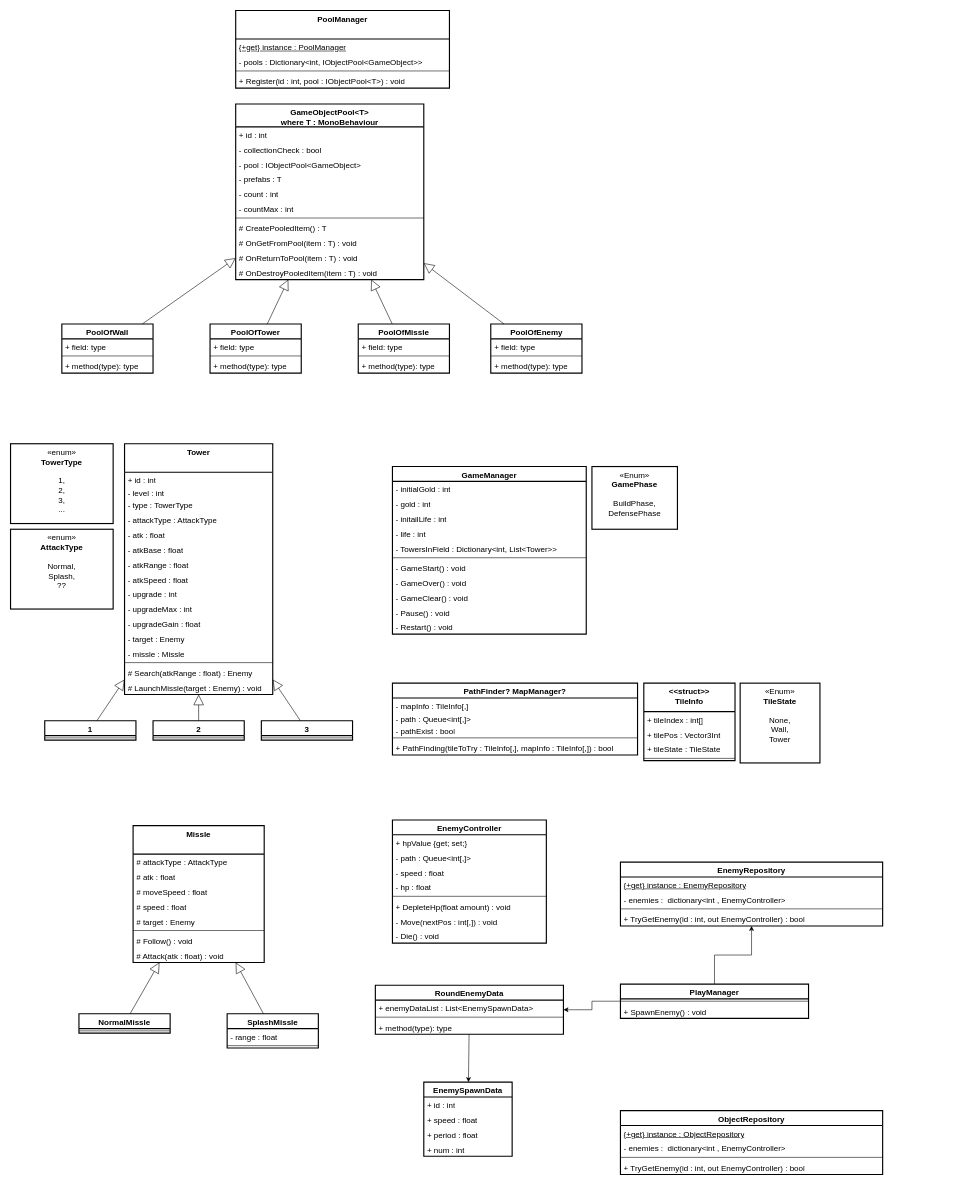
This is page "페이지-1" (1 of 2) of TD.drawio from app155/ETL_TD, a draw.io file, before an edit. Source tidied: cells renumbered, new cells numbered last; positions are measured from the earlier drawing's top-left corner, leaving out a move shared by most shapes. Both pictures are drawn from the tidied source at 57%, with x=0, y=0 at pixel (10, 10).
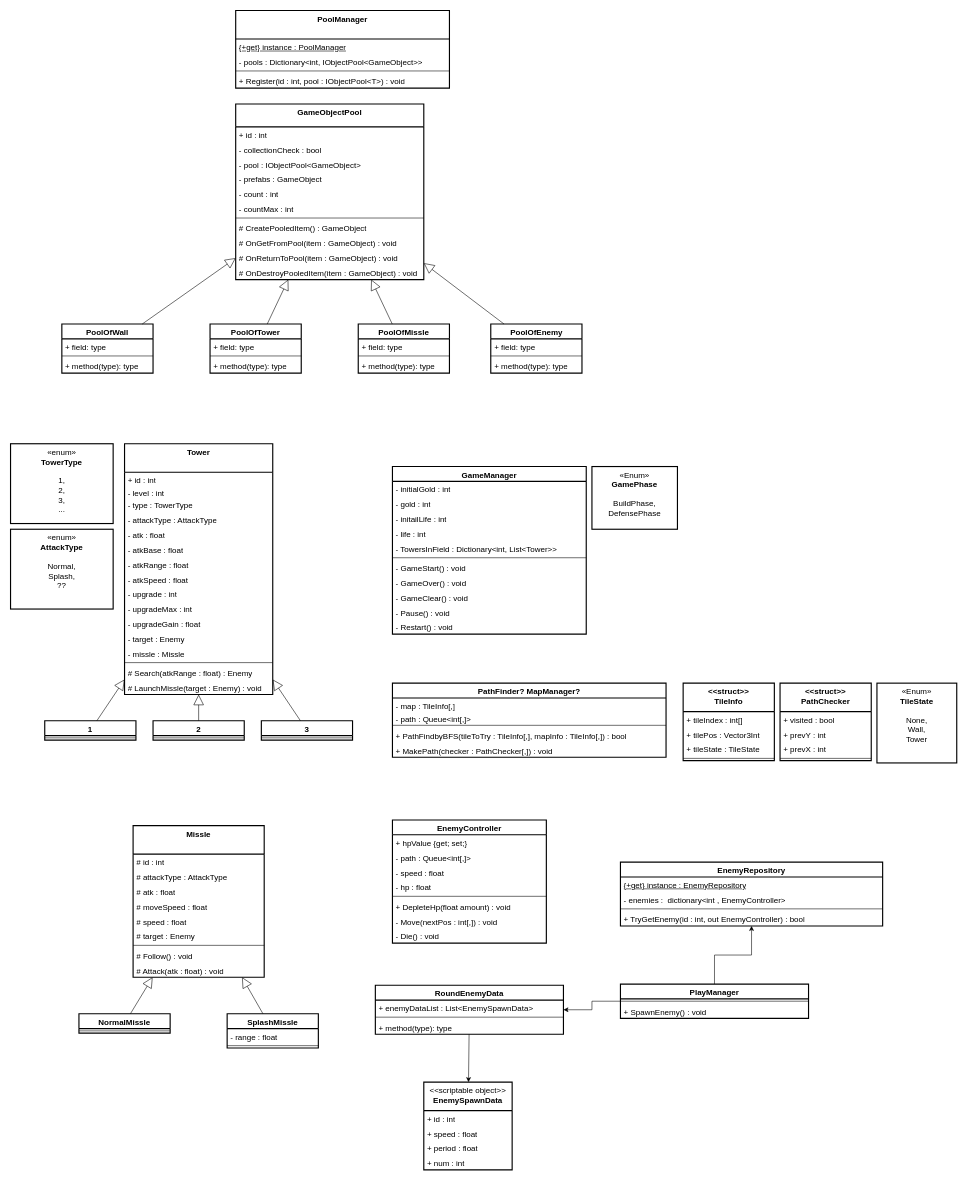
The same diagram, later.

The edit, as a diff of the source:
```diff
@@
     <mxCell id="19" value="Missle" style="swimlane;fontStyle=1;align=center;verticalAlign=top;horizontal=1;startSize=50;whiteSpace=wrap;html=1;fillStyle=auto;strokeColor=default;strokeWidth=2;spacingTop=0;spacingBottom=0;spacing=2;fontFamily=Helvetica;fontSize=14;fontColor=default;fillColor=default;" parent="1" vertex="1">
-      <mxGeometry x="215" y="1430" width="230" height="240" as="geometry" />
+      <mxGeometry x="215" y="1430" width="230" height="266" as="geometry" />
     </mxCell>
+    <mxCell id="142" value="# id : int" style="text;strokeColor=none;fillColor=none;align=left;verticalAlign=top;spacingLeft=4;spacingRight=4;overflow=hidden;whiteSpace=wrap;html=1;fontSize=14;fontFamily=Helvetica;fontColor=default;" parent="19" vertex="1">
+      <mxGeometry y="50" width="230" height="26" as="geometry" />
+    </mxCell>
     <mxCell id="20" value="# attackType : AttackType" style="text;strokeColor=none;fillColor=none;align=left;verticalAlign=top;spacingLeft=4;spacingRight=4;overflow=hidden;whiteSpace=wrap;html=1;fontSize=14;fontFamily=Helvetica;fontColor=default;" parent="19" vertex="1">
-      <mxGeometry y="50" width="230" height="26" as="geometry" />
+      <mxGeometry y="76" width="230" height="26" as="geometry" />
     </mxCell>
     <mxCell id="21" value="# atk : float" style="text;strokeColor=none;fillColor=none;align=left;verticalAlign=top;spacingLeft=4;spacingRight=4;overflow=hidden;whiteSpace=wrap;html=1;fontSize=14;fontFamily=Helvetica;fontColor=default;" parent="19" vertex="1">
-      <mxGeometry y="76" width="230" height="26" as="geometry" />
+      <mxGeometry y="102" width="230" height="26" as="geometry" />
     </mxCell>
     <mxCell id="22" value="# moveSpeed : float" style="text;strokeColor=none;fillColor=none;align=left;verticalAlign=top;spacingLeft=4;spacingRight=4;overflow=hidden;whiteSpace=wrap;html=1;fontSize=14;fontFamily=Helvetica;fontColor=default;" parent="19" vertex="1">
-      <mxGeometry y="102" width="230" height="26" as="geometry" />
+      <mxGeometry y="128" width="230" height="26" as="geometry" />
     </mxCell>
     <mxCell id="23" value="# speed : float" style="text;strokeColor=none;fillColor=none;align=left;verticalAlign=top;spacingLeft=4;spacingRight=4;overflow=hidden;whiteSpace=wrap;html=1;fontSize=14;fontFamily=Helvetica;fontColor=default;" parent="19" vertex="1">
-      <mxGeometry y="128" width="230" height="26" as="geometry" />
+      <mxGeometry y="154" width="230" height="26" as="geometry" />
     </mxCell>
     <mxCell id="24" value="# target : Enemy" style="text;strokeColor=none;fillColor=none;align=left;verticalAlign=top;spacingLeft=4;spacingRight=4;overflow=hidden;whiteSpace=wrap;html=1;fontSize=14;fontFamily=Helvetica;fontColor=default;" parent="19" vertex="1">
-      <mxGeometry y="154" width="230" height="26" as="geometry" />
+      <mxGeometry y="180" width="230" height="26" as="geometry" />
     </mxCell>
     <mxCell id="25" style="line;strokeWidth=1;fillColor=none;align=left;verticalAlign=middle;spacingTop=-1;spacingLeft=3;spacingRight=3;labelPosition=right;strokeColor=inherit;fillStyle=auto;spacingBottom=0;spacing=2;fontFamily=Helvetica;fontSize=14;fontColor=default;html=1;" parent="19" vertex="1">
-      <mxGeometry y="180" width="230" height="8" as="geometry" />
+      <mxGeometry y="206" width="230" height="8" as="geometry" />
     </mxCell>
     <mxCell id="26" value="# Follow() : void" style="text;strokeColor=none;fillColor=none;align=left;verticalAlign=top;spacingLeft=4;spacingRight=4;overflow=hidden;whiteSpace=wrap;html=1;fontSize=14;fontFamily=Helvetica;fontColor=default;" parent="19" vertex="1">
-      <mxGeometry y="188" width="230" height="26" as="geometry" />
+      <mxGeometry y="214" width="230" height="26" as="geometry" />
     </mxCell>
     <mxCell id="27" value="# Attack(atk : float) : void" style="text;strokeColor=none;fillColor=none;align=left;verticalAlign=top;spacingLeft=4;spacingRight=4;overflow=hidden;whiteSpace=wrap;html=1;fontSize=14;fontFamily=Helvetica;fontColor=default;" parent="19" vertex="1">
-      <mxGeometry y="214" width="230" height="26" as="geometry" />
+      <mxGeometry y="240" width="230" height="26" as="geometry" />
     </mxCell>
@@
     <mxCell id="39" value="PathFinder? MapManager?" style="swimlane;fontStyle=1;align=center;verticalAlign=top;horizontal=1;startSize=26;whiteSpace=wrap;html=1;fillStyle=auto;strokeColor=default;strokeWidth=2;spacingTop=0;spacingBottom=0;spacing=2;fontFamily=Helvetica;fontSize=14;fontColor=default;fillColor=default;" parent="1" vertex="1">
-      <mxGeometry x="670" y="1180" width="430" height="126" as="geometry" />
+      <mxGeometry x="670" y="1180" width="480" height="130" as="geometry" />
     </mxCell>
-    <mxCell id="40" value="- mapInfo : TileInfo[,]" style="text;strokeColor=none;fillColor=none;align=left;verticalAlign=top;spacingLeft=4;spacingRight=4;overflow=hidden;whiteSpace=wrap;html=1;fontSize=14;fontFamily=Helvetica;fontColor=default;" parent="39" vertex="1">
-      <mxGeometry y="26" width="430" height="22" as="geometry" />
+    <mxCell id="40" value="- map : TileInfo[,]" style="text;strokeColor=none;fillColor=none;align=left;verticalAlign=top;spacingLeft=4;spacingRight=4;overflow=hidden;whiteSpace=wrap;html=1;fontSize=14;fontFamily=Helvetica;fontColor=default;" parent="39" vertex="1">
+      <mxGeometry y="26" width="480" height="22" as="geometry" />
     </mxCell>
     <mxCell id="41" value="- path : Queue&amp;lt;int[,]&amp;gt;" style="text;strokeColor=none;fillColor=none;align=left;verticalAlign=top;spacingLeft=4;spacingRight=4;overflow=hidden;whiteSpace=wrap;html=1;fontSize=14;fontFamily=Helvetica;fontColor=default;" parent="39" vertex="1">
-      <mxGeometry y="48" width="430" height="22" as="geometry" />
+      <mxGeometry y="48" width="480" height="22" as="geometry" />
     </mxCell>
-    <mxCell id="42" value="- pathExist : bool" style="text;strokeColor=none;fillColor=none;align=left;verticalAlign=top;spacingLeft=4;spacingRight=4;overflow=hidden;whiteSpace=wrap;html=1;fontSize=14;fontFamily=Helvetica;fontColor=default;" parent="39" vertex="1">
-      <mxGeometry y="70" width="430" height="22" as="geometry" />
-    </mxCell>
     <mxCell id="43" style="line;strokeWidth=1;fillColor=none;align=left;verticalAlign=middle;spacingTop=-1;spacingLeft=3;spacingRight=3;labelPosition=right;strokeColor=inherit;fillStyle=auto;spacingBottom=0;spacing=2;fontFamily=Helvetica;fontSize=14;fontColor=default;html=1;" parent="39" vertex="1">
-      <mxGeometry y="92" width="430" height="8" as="geometry" />
+      <mxGeometry y="70" width="480" height="8" as="geometry" />
     </mxCell>
-    <mxCell id="44" value="+ PathFinding(tileToTry : TileInfo[,], mapInfo : TileInfo[,]) : bool" style="text;strokeColor=none;fillColor=none;align=left;verticalAlign=top;spacingLeft=4;spacingRight=4;overflow=hidden;whiteSpace=wrap;html=1;fontSize=14;fontFamily=Helvetica;fontColor=default;" parent="39" vertex="1">
-      <mxGeometry y="100" width="430" height="26" as="geometry" />
+    <mxCell id="44" value="+ PathFindbyBFS(tileToTry : TileInfo[,], mapInfo : TileInfo[,]) : bool" style="text;strokeColor=none;fillColor=none;align=left;verticalAlign=top;spacingLeft=4;spacingRight=4;overflow=hidden;whiteSpace=wrap;html=1;fontSize=14;fontFamily=Helvetica;fontColor=default;" parent="39" vertex="1">
+      <mxGeometry y="78" width="480" height="26" as="geometry" />
     </mxCell>
+    <mxCell id="143" value="+ MakePath(checker : PathChecker[,]) : void" style="text;strokeColor=none;fillColor=none;align=left;verticalAlign=top;spacingLeft=4;spacingRight=4;overflow=hidden;whiteSpace=wrap;html=1;fontSize=14;fontFamily=Helvetica;fontColor=default;" parent="39" vertex="1">
+      <mxGeometry y="104" width="480" height="26" as="geometry" />
+    </mxCell>
@@
-    <mxCell id="64" value="EnemySpawnData" style="swimlane;fontStyle=1;align=center;verticalAlign=top;horizontal=1;startSize=26;whiteSpace=wrap;html=1;fillStyle=auto;strokeColor=default;strokeWidth=2;spacingTop=0;spacingBottom=0;spacing=2;fontFamily=Helvetica;fontSize=14;fontColor=default;fillColor=default;" parent="1" vertex="1">
-      <mxGeometry x="725" y="1880" width="155" height="130" as="geometry" />
+    <mxCell id="64" value="&lt;span style=&quot;font-weight: normal;&quot;&gt;&amp;lt;&amp;lt;scriptable object&amp;gt;&amp;gt;&lt;br&gt;&lt;/span&gt;EnemySpawnData" style="swimlane;fontStyle=1;align=center;verticalAlign=top;horizontal=1;startSize=50;whiteSpace=wrap;html=1;fillStyle=auto;strokeColor=default;strokeWidth=2;spacingTop=0;spacingBottom=0;spacing=2;fontFamily=Helvetica;fontSize=14;fontColor=default;fillColor=default;" parent="1" vertex="1">
+      <mxGeometry x="725" y="1880" width="155" height="154" as="geometry" />
     </mxCell>
     <mxCell id="65" value="+ id : int" style="text;strokeColor=none;fillColor=none;align=left;verticalAlign=top;spacingLeft=4;spacingRight=4;overflow=hidden;whiteSpace=wrap;html=1;fontSize=14;fontFamily=Helvetica;fontColor=default;" parent="64" vertex="1">
-      <mxGeometry y="26" width="155" height="26" as="geometry" />
+      <mxGeometry y="50" width="155" height="26" as="geometry" />
     </mxCell>
     <mxCell id="66" value="+ speed : float" style="text;strokeColor=none;fillColor=none;align=left;verticalAlign=top;spacingLeft=4;spacingRight=4;overflow=hidden;whiteSpace=wrap;html=1;fontSize=14;fontFamily=Helvetica;fontColor=default;" parent="64" vertex="1">
-      <mxGeometry y="52" width="155" height="26" as="geometry" />
+      <mxGeometry y="76" width="155" height="26" as="geometry" />
     </mxCell>
     <mxCell id="67" value="+ period : float" style="text;strokeColor=none;fillColor=none;align=left;verticalAlign=top;spacingLeft=4;spacingRight=4;overflow=hidden;whiteSpace=wrap;html=1;fontSize=14;fontFamily=Helvetica;fontColor=default;" parent="64" vertex="1">
-      <mxGeometry y="78" width="155" height="26" as="geometry" />
+      <mxGeometry y="102" width="155" height="26" as="geometry" />
     </mxCell>
     <mxCell id="68" value="+ num : int" style="text;strokeColor=none;fillColor=none;align=left;verticalAlign=top;spacingLeft=4;spacingRight=4;overflow=hidden;whiteSpace=wrap;html=1;fontSize=14;fontFamily=Helvetica;fontColor=default;" parent="64" vertex="1">
-      <mxGeometry y="104" width="155" height="26" as="geometry" />
+      <mxGeometry y="128" width="155" height="26" as="geometry" />
     </mxCell>
@@
-    <mxCell id="99" value="GameObjectPool&amp;lt;T&amp;gt;&lt;br&gt;where T : MonoBehaviour" style="swimlane;fontStyle=1;align=center;verticalAlign=top;horizontal=1;startSize=40;whiteSpace=wrap;html=1;fillStyle=auto;strokeColor=default;strokeWidth=2;spacingTop=0;spacingBottom=0;spacing=2;fontFamily=Helvetica;fontSize=14;fontColor=default;fillColor=default;" parent="1" vertex="1">
+    <mxCell id="99" value="GameObjectPool" style="swimlane;fontStyle=1;align=center;verticalAlign=top;horizontal=1;startSize=40;whiteSpace=wrap;html=1;fillStyle=auto;strokeColor=default;strokeWidth=2;spacingTop=0;spacingBottom=0;spacing=2;fontFamily=Helvetica;fontSize=14;fontColor=default;fillColor=default;" parent="1" vertex="1">
       <mxGeometry x="395" y="164" width="330" height="308" as="geometry" />
     </mxCell>
@@
-    <mxCell id="103" value="- prefabs : T" style="text;strokeColor=none;fillColor=none;align=left;verticalAlign=top;spacingLeft=4;spacingRight=4;overflow=hidden;whiteSpace=wrap;html=1;fontSize=14;fontFamily=Helvetica;fontColor=default;" parent="99" vertex="1">
+    <mxCell id="103" value="- prefabs : GameObject" style="text;strokeColor=none;fillColor=none;align=left;verticalAlign=top;spacingLeft=4;spacingRight=4;overflow=hidden;whiteSpace=wrap;html=1;fontSize=14;fontFamily=Helvetica;fontColor=default;" parent="99" vertex="1">
       <mxGeometry y="118" width="330" height="26" as="geometry" />
     </mxCell>
@@
-    <mxCell id="107" value="# CreatePooledItem() : T" style="text;strokeColor=none;fillColor=none;align=left;verticalAlign=top;spacingLeft=4;spacingRight=4;overflow=hidden;whiteSpace=wrap;html=1;fontSize=14;fontFamily=Helvetica;fontColor=default;" parent="99" vertex="1">
+    <mxCell id="107" value="# CreatePooledItem() : GameObject" style="text;strokeColor=none;fillColor=none;align=left;verticalAlign=top;spacingLeft=4;spacingRight=4;overflow=hidden;whiteSpace=wrap;html=1;fontSize=14;fontFamily=Helvetica;fontColor=default;" parent="99" vertex="1">
       <mxGeometry y="204" width="330" height="26" as="geometry" />
     </mxCell>
-    <mxCell id="108" value="# OnGetFromPool(item : T) : void" style="text;strokeColor=none;fillColor=none;align=left;verticalAlign=top;spacingLeft=4;spacingRight=4;overflow=hidden;whiteSpace=wrap;html=1;fontSize=14;fontFamily=Helvetica;fontColor=default;" parent="99" vertex="1">
+    <mxCell id="108" value="# OnGetFromPool(item : GameObject) : void" style="text;strokeColor=none;fillColor=none;align=left;verticalAlign=top;spacingLeft=4;spacingRight=4;overflow=hidden;whiteSpace=wrap;html=1;fontSize=14;fontFamily=Helvetica;fontColor=default;" parent="99" vertex="1">
       <mxGeometry y="230" width="330" height="26" as="geometry" />
     </mxCell>
-    <mxCell id="109" value="# OnReturnToPool(item : T) : void" style="text;strokeColor=none;fillColor=none;align=left;verticalAlign=top;spacingLeft=4;spacingRight=4;overflow=hidden;whiteSpace=wrap;html=1;fontSize=14;fontFamily=Helvetica;fontColor=default;" parent="99" vertex="1">
+    <mxCell id="109" value="# OnReturnToPool(item : GameObject) : void" style="text;strokeColor=none;fillColor=none;align=left;verticalAlign=top;spacingLeft=4;spacingRight=4;overflow=hidden;whiteSpace=wrap;html=1;fontSize=14;fontFamily=Helvetica;fontColor=default;" parent="99" vertex="1">
       <mxGeometry y="256" width="330" height="26" as="geometry" />
     </mxCell>
-    <mxCell id="110" value="# OnDestroyPooledItem(item : T) : void" style="text;strokeColor=none;fillColor=none;align=left;verticalAlign=top;spacingLeft=4;spacingRight=4;overflow=hidden;whiteSpace=wrap;html=1;fontSize=14;fontFamily=Helvetica;fontColor=default;" parent="99" vertex="1">
+    <mxCell id="110" value="# OnDestroyPooledItem(item : GameObject) : void" style="text;strokeColor=none;fillColor=none;align=left;verticalAlign=top;spacingLeft=4;spacingRight=4;overflow=hidden;whiteSpace=wrap;html=1;fontSize=14;fontFamily=Helvetica;fontColor=default;" parent="99" vertex="1">
       <mxGeometry y="282" width="330" height="26" as="geometry" />
     </mxCell>
@@
     <mxCell id="131" value="&amp;lt;&amp;lt;struct&amp;gt;&amp;gt;&lt;br&gt;TileInfo" style="swimlane;fontStyle=1;align=center;verticalAlign=top;horizontal=1;startSize=50;whiteSpace=wrap;html=1;fillStyle=auto;strokeColor=default;strokeWidth=2;spacingTop=0;spacingBottom=0;spacing=2;fontFamily=Helvetica;fontSize=14;fontColor=default;fillColor=default;" parent="1" vertex="1">
-      <mxGeometry x="1111" y="1180" width="160" height="136" as="geometry" />
+      <mxGeometry x="1180" y="1180" width="160" height="136" as="geometry" />
     </mxCell>
@@
     <mxCell id="136" value="«Enum»&lt;br&gt;&lt;b&gt;TileState&lt;/b&gt;&lt;br&gt;&lt;br&gt;None,&lt;br&gt;Wall,&lt;br&gt;Tower" style="html=1;whiteSpace=wrap;fillStyle=auto;strokeColor=default;strokeWidth=2;align=center;verticalAlign=top;spacingTop=0;spacingBottom=0;spacing=2;fontFamily=Helvetica;fontSize=14;fontColor=default;startSize=26;fillColor=default;" parent="1" vertex="1">
-      <mxGeometry x="1280" y="1180" width="140" height="140" as="geometry" />
+      <mxGeometry x="1520" y="1180" width="140" height="140" as="geometry" />
     </mxCell>
-    <mxCell id="137" value="ObjectRepository" style="swimlane;fontStyle=1;align=center;verticalAlign=top;horizontal=1;startSize=26;whiteSpace=wrap;html=1;fillStyle=auto;strokeColor=default;strokeWidth=2;spacingTop=0;spacingBottom=0;spacing=2;fontFamily=Helvetica;fontSize=14;fontColor=default;fillColor=default;" parent="1" vertex="1">
-      <mxGeometry x="1070" y="1930" width="460" height="112" as="geometry" />
-    </mxCell>
-    <mxCell id="138" value="&lt;u&gt;{+get} instance : ObjectRepository&lt;/u&gt;" style="text;strokeColor=none;fillColor=none;align=left;verticalAlign=top;spacingLeft=4;spacingRight=4;overflow=hidden;whiteSpace=wrap;html=1;fontSize=14;fontFamily=Helvetica;fontColor=default;" parent="137" vertex="1">
-      <mxGeometry y="26" width="460" height="26" as="geometry" />
-    </mxCell>
-    <mxCell id="139" value="- enemies :&amp;nbsp; dictionary&amp;lt;int , EnemyController&amp;gt;" style="text;strokeColor=none;fillColor=none;align=left;verticalAlign=top;spacingLeft=4;spacingRight=4;overflow=hidden;whiteSpace=wrap;html=1;fontSize=14;fontFamily=Helvetica;fontColor=default;" parent="137" vertex="1">
-      <mxGeometry y="52" width="460" height="26" as="geometry" />
-    </mxCell>
-    <mxCell id="140" style="line;strokeWidth=1;fillColor=none;align=left;verticalAlign=middle;spacingTop=-1;spacingLeft=3;spacingRight=3;labelPosition=right;strokeColor=inherit;fillStyle=auto;spacingBottom=0;spacing=2;fontFamily=Helvetica;fontSize=14;fontColor=default;html=1;" parent="137" vertex="1">
-      <mxGeometry y="78" width="460" height="8" as="geometry" />
-    </mxCell>
-    <mxCell id="141" value="+ TryGetEnemy(id : int, out EnemyController) : bool" style="text;strokeColor=none;fillColor=none;align=left;verticalAlign=top;spacingLeft=4;spacingRight=4;overflow=hidden;whiteSpace=wrap;html=1;fontSize=14;fontFamily=Helvetica;fontColor=default;" parent="137" vertex="1">
-      <mxGeometry y="86" width="460" height="26" as="geometry" />
-    </mxCell>
+    <mxCell id="144" value="&amp;lt;&amp;lt;struct&amp;gt;&amp;gt;&lt;br&gt;PathChecker" style="swimlane;fontStyle=1;align=center;verticalAlign=top;horizontal=1;startSize=50;whiteSpace=wrap;html=1;fillStyle=auto;strokeColor=default;strokeWidth=2;spacingTop=0;spacingBottom=0;spacing=2;fontFamily=Helvetica;fontSize=14;fontColor=default;fillColor=default;" parent="1" vertex="1">
+      <mxGeometry x="1350" y="1180" width="160" height="136" as="geometry" />
+    </mxCell>
+    <mxCell id="145" value="+ visited : bool" style="text;strokeColor=none;fillColor=none;align=left;verticalAlign=top;spacingLeft=4;spacingRight=4;overflow=hidden;whiteSpace=wrap;html=1;fontSize=14;fontFamily=Helvetica;fontColor=default;" parent="144" vertex="1">
+      <mxGeometry y="50" width="160" height="26" as="geometry" />
+    </mxCell>
+    <mxCell id="146" value="+ prevY : int" style="text;strokeColor=none;fillColor=none;align=left;verticalAlign=top;spacingLeft=4;spacingRight=4;overflow=hidden;whiteSpace=wrap;html=1;fontSize=14;fontFamily=Helvetica;fontColor=default;" parent="144" vertex="1">
+      <mxGeometry y="76" width="160" height="26" as="geometry" />
+    </mxCell>
+    <mxCell id="147" value="+ prevX : int" style="text;strokeColor=none;fillColor=none;align=left;verticalAlign=top;spacingLeft=4;spacingRight=4;overflow=hidden;whiteSpace=wrap;html=1;fontSize=14;fontFamily=Helvetica;fontColor=default;" parent="144" vertex="1">
+      <mxGeometry y="102" width="160" height="26" as="geometry" />
+    </mxCell>
+    <mxCell id="148" style="line;strokeWidth=1;fillColor=none;align=left;verticalAlign=middle;spacingTop=-1;spacingLeft=3;spacingRight=3;labelPosition=right;strokeColor=inherit;fillStyle=auto;spacingBottom=0;spacing=2;fontFamily=Helvetica;fontSize=14;fontColor=default;startSize=26;html=1;" parent="144" vertex="1">
+      <mxGeometry y="128" width="160" height="8" as="geometry" />
+    </mxCell>
```
